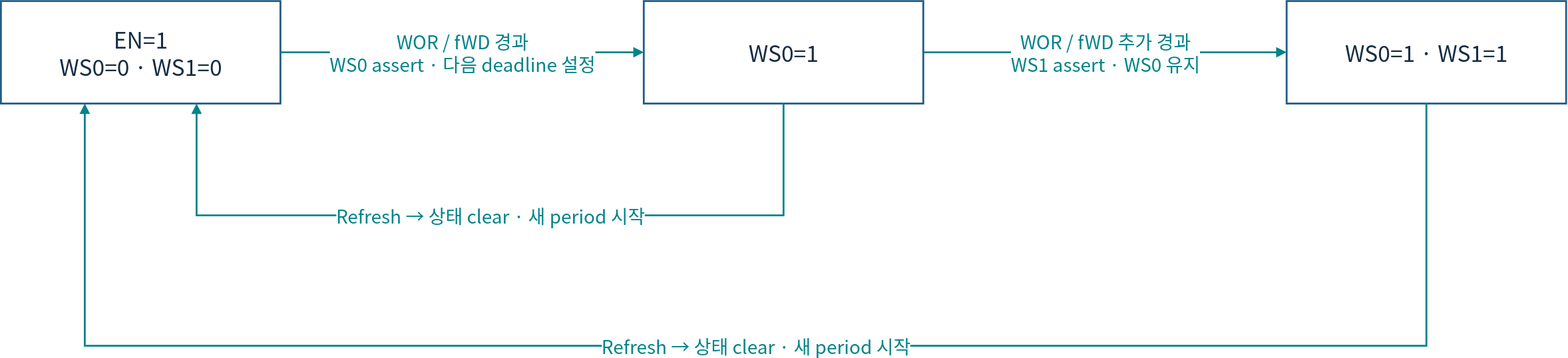
Earlier version of the draw.io export doc/phase1/watchdog/diagrams/02-stages.drawio.svg (cometzero/project-apollo). Source tidied: cells renumbered, new cells last; positions are measured from the earlier drawing's top-left corner, leaving out a move shared by most shapes.
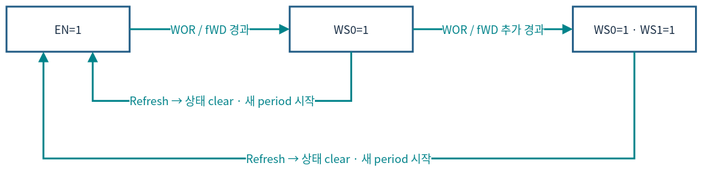
The same file after the commit.

The edit, as a diff of the source:
```diff
@@ -2,34 +2,34 @@
   <root>
     <mxCell id="0" />
     <mxCell id="1" parent="0" />
-    <mxCell id="2" value="EN=1&lt;br&gt;WS0=0 · WS1=0" style="rounded=0;whiteSpace=wrap;html=1;fillColor=#FFFFFF;strokeColor=#235D86;strokeWidth=2;fontColor=#172C43;fontFamily=Noto Sans CJK KR;fontSize=24;spacing=10;" parent="1" vertex="1">
-      <mxGeometry width="300" height="110" as="geometry" />
+    <mxCell id="2" value="EN=1" style="rounded=0;whiteSpace=wrap;html=1;fillColor=#FFFFFF;strokeColor=#235D86;strokeWidth=2;fontColor=#172C43;fontFamily=Noto Sans CJK KR;fontSize=12;spacing=3;whiteSpace=wrap;" parent="1" vertex="1">
+      <mxGeometry x="-48" y="-68" width="132.1" height="48.5" as="geometry" />
     </mxCell>
-    <mxCell id="3" value="WS0=1" style="rounded=0;whiteSpace=wrap;html=1;fillColor=#FFFFFF;strokeColor=#235D86;strokeWidth=2;fontColor=#172C43;fontFamily=Noto Sans CJK KR;fontSize=24;spacing=10;" parent="1" vertex="1">
-      <mxGeometry x="690" width="300" height="110" as="geometry" />
+    <mxCell id="3" value="WS0=1" style="rounded=0;whiteSpace=wrap;html=1;fillColor=#FFFFFF;strokeColor=#235D86;strokeWidth=2;fontColor=#172C43;fontFamily=Noto Sans CJK KR;fontSize=12;spacing=3;whiteSpace=wrap;" parent="1" vertex="1">
+      <mxGeometry x="255.9" y="-68" width="132.1" height="48.5" as="geometry" />
     </mxCell>
-    <mxCell id="4" value="WS0=1 · WS1=1" style="rounded=0;whiteSpace=wrap;html=1;fillColor=#FFFFFF;strokeColor=#235D86;strokeWidth=2;fontColor=#172C43;fontFamily=Noto Sans CJK KR;fontSize=24;spacing=10;" parent="1" vertex="1">
-      <mxGeometry x="1380" width="300" height="110" as="geometry" />
+    <mxCell id="4" value="WS0=1 · WS1=1" style="rounded=0;whiteSpace=wrap;html=1;fillColor=#FFFFFF;strokeColor=#235D86;strokeWidth=2;fontColor=#172C43;fontFamily=Noto Sans CJK KR;fontSize=12;spacing=3;whiteSpace=wrap;" parent="1" vertex="1">
+      <mxGeometry x="559.9" y="-68" width="132.1" height="48.5" as="geometry" />
     </mxCell>
-    <mxCell id="5" value="WOR / fWD 경과&lt;br&gt;WS0 assert · 다음 deadline 설정" style="edgeStyle=orthogonalEdgeStyle;rounded=0;html=1;endArrow=block;endFill=1;strokeWidth=2;strokeColor=#00838A;fontColor=#00838A;fontFamily=Noto Sans CJK KR;fontSize=20;labelBackgroundColor=#FFFFFF;jumpStyle=arc;exitX=1;exitY=0.5;entryX=0;entryY=0.5;" parent="1" edge="1" source="2" target="3">
+    <mxCell id="5" value="WOR / fWD 경과" style="edgeStyle=orthogonalEdgeStyle;rounded=0;html=1;endArrow=block;endFill=1;strokeWidth=2;strokeColor=#00838A;fontColor=#00838A;fontFamily=Noto Sans CJK KR;labelBackgroundColor=#FFFFFF;jumpStyle=arc;exitX=1;exitY=0.5;entryX=0;entryY=0.5;fontSize=12;spacing=3;whiteSpace=nowrap;" parent="1" edge="1" source="2" target="3">
       <mxGeometry relative="1" as="geometry" />
     </mxCell>
-    <mxCell id="6" value="WOR / fWD 추가 경과&lt;br&gt;WS1 assert · WS0 유지" style="edgeStyle=orthogonalEdgeStyle;rounded=0;html=1;endArrow=block;endFill=1;strokeWidth=2;strokeColor=#00838A;fontColor=#00838A;fontFamily=Noto Sans CJK KR;fontSize=20;labelBackgroundColor=#FFFFFF;jumpStyle=arc;exitX=1;exitY=0.5;entryX=0;entryY=0.5;" parent="1" edge="1" source="3" target="4">
+    <mxCell id="6" value="WOR / fWD 추가 경과" style="edgeStyle=orthogonalEdgeStyle;rounded=0;html=1;endArrow=block;endFill=1;strokeWidth=2;strokeColor=#00838A;fontColor=#00838A;fontFamily=Noto Sans CJK KR;labelBackgroundColor=#FFFFFF;jumpStyle=arc;exitX=1;exitY=0.5;entryX=0;entryY=0.5;fontSize=12;spacing=3;whiteSpace=nowrap;" parent="1" edge="1" source="3" target="4">
       <mxGeometry relative="1" as="geometry" />
     </mxCell>
-    <mxCell id="7" value="Refresh → 상태 clear · 새 period 시작" style="edgeStyle=orthogonalEdgeStyle;rounded=0;html=1;endArrow=block;endFill=1;strokeWidth=2;strokeColor=#00838A;fontColor=#00838A;fontFamily=Noto Sans CJK KR;fontSize=20;labelBackgroundColor=#FFFFFF;jumpStyle=arc;exitX=0.5;exitY=1;entryX=0.7;entryY=1;" parent="1" edge="1" source="3" target="2">
+    <mxCell id="7" value="Refresh → 상태 clear · 새 period 시작" style="edgeStyle=orthogonalEdgeStyle;rounded=0;html=1;endArrow=block;endFill=1;strokeWidth=2;strokeColor=#00838A;fontColor=#00838A;fontFamily=Noto Sans CJK KR;labelBackgroundColor=#FFFFFF;jumpStyle=arc;exitX=0.5;exitY=1;entryX=0.7;entryY=1;fontSize=12;spacing=3;whiteSpace=nowrap;" parent="1" edge="1" source="3" target="2">
       <mxGeometry relative="1" as="geometry">
         <Array as="points">
-          <mxPoint x="840" y="230" />
-          <mxPoint x="210" y="230" />
+          <mxPoint x="322" y="33.3" />
+          <mxPoint x="44.5" y="33.3" />
         </Array>
       </mxGeometry>
     </mxCell>
-    <mxCell id="8" value="Refresh → 상태 clear · 새 period 시작" style="edgeStyle=orthogonalEdgeStyle;rounded=0;html=1;endArrow=block;endFill=1;strokeWidth=2;strokeColor=#00838A;fontColor=#00838A;fontFamily=Noto Sans CJK KR;fontSize=20;labelBackgroundColor=#FFFFFF;jumpStyle=arc;exitX=0.5;exitY=1;entryX=0.3;entryY=1;" parent="1" edge="1" source="4" target="2">
+    <mxCell id="8" value="Refresh → 상태 clear · 새 period 시작" style="edgeStyle=orthogonalEdgeStyle;rounded=0;html=1;endArrow=block;endFill=1;strokeWidth=2;strokeColor=#00838A;fontColor=#00838A;fontFamily=Noto Sans CJK KR;labelBackgroundColor=#FFFFFF;jumpStyle=arc;exitX=0.5;exitY=1;entryX=0.3;entryY=1;fontSize=12;spacing=3;whiteSpace=nowrap;" parent="1" edge="1" source="4" target="2">
       <mxGeometry relative="1" as="geometry">
         <Array as="points">
-          <mxPoint x="1530" y="370" />
-          <mxPoint x="90" y="370" />
+          <mxPoint x="625.9" y="95" />
+          <mxPoint x="-8.4" y="95" />
         </Array>
       </mxGeometry>
     </mxCell>
```
